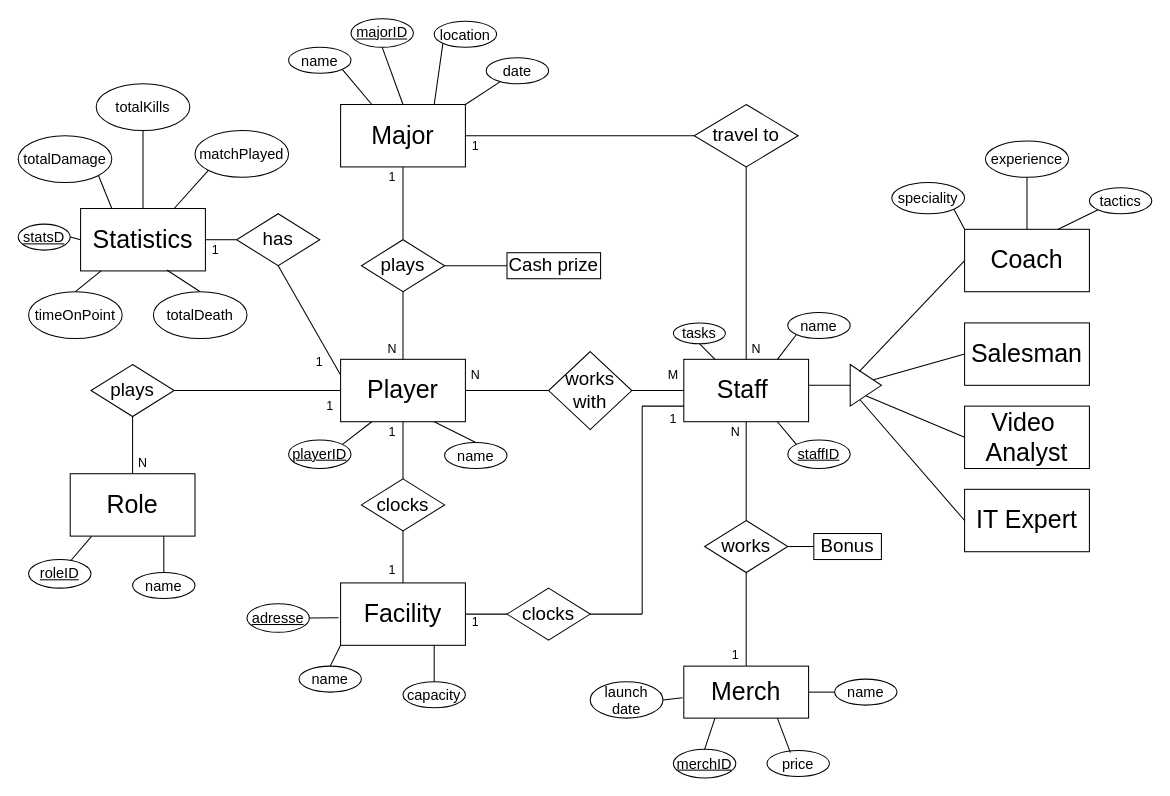
This is diagrams/ERDATLFAZE.drawio from ad-discit/Awale-v2, a draw.io file, before an edit. Source tidied: cells renumbered, new cells numbered last; positions are measured from the earlier drawing's top-left corner, leaving out a move shared by most shapes. Both pictures are drawn from the tidied source at 104%, with x=0, y=0 at pixel (18, 19).
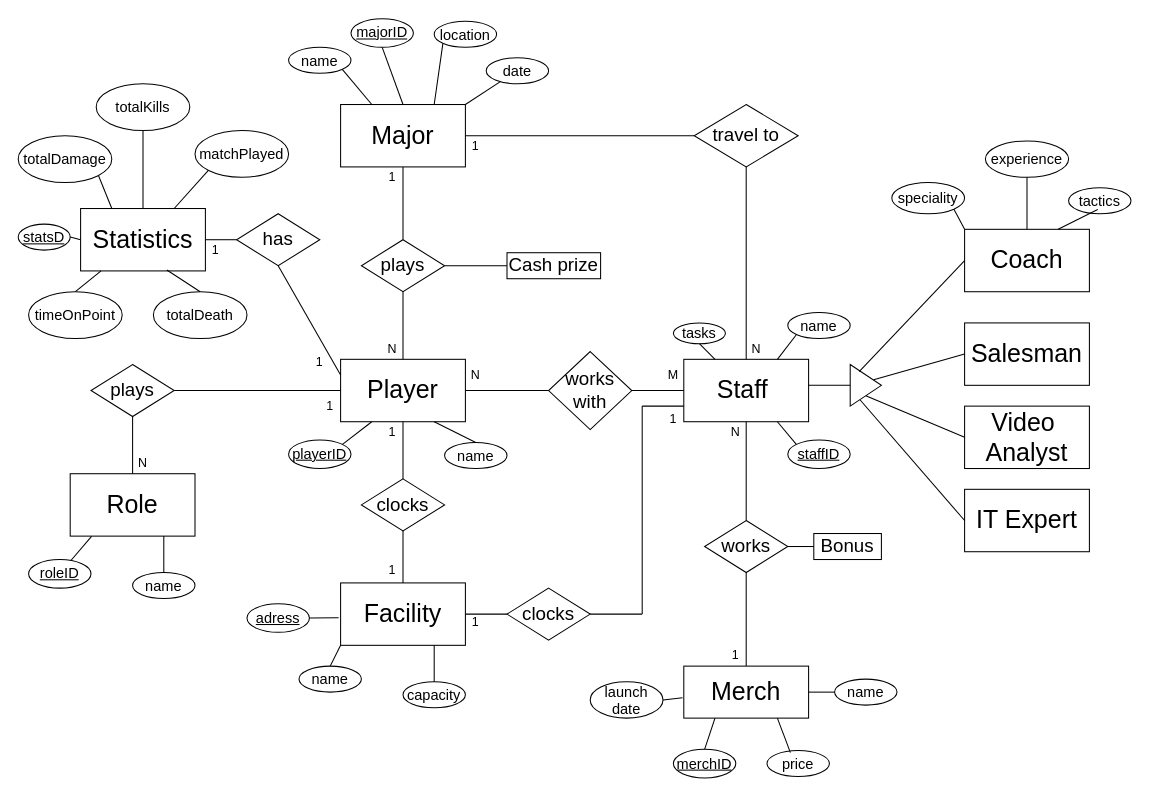
Above is the later version.

Commit message (it also covers changes not shown here):
Mettre à jour ERDATLFAZE.drawio

Unchanged cells that the change refers to:
```xml
<mxCell id="9" value="&lt;font style=&quot;font-size: 24px;&quot;&gt;Coach&lt;/font&gt;" style="rounded=0;whiteSpace=wrap;html=1;" parent="1" vertex="1">
  <mxGeometry x="910" y="202" width="120" height="60" as="geometry" />
</mxCell>
```

What changed in the source:
```diff
@@
     <mxCell id="52" value="&lt;font style=&quot;font-size: 14px;&quot;&gt;tactics&lt;/font&gt;" style="ellipse;whiteSpace=wrap;html=1;" parent="1" vertex="1">
-      <mxGeometry x="1030" y="162" width="60" height="25" as="geometry" />
+      <mxGeometry x="1010" y="162" width="60" height="25" as="geometry" />
     </mxCell>
@@
-    <mxCell id="59" value="&lt;u&gt;&lt;font style=&quot;font-size: 14px;&quot;&gt;adresse&lt;/font&gt;&lt;/u&gt;" style="ellipse;whiteSpace=wrap;html=1;" parent="1" vertex="1">
+    <mxCell id="59" value="&lt;u&gt;&lt;font style=&quot;font-size: 14px;&quot;&gt;adress&lt;/font&gt;&lt;/u&gt;" style="ellipse;whiteSpace=wrap;html=1;" parent="1" vertex="1">
       <mxGeometry x="220" y="562" width="60" height="27.5" as="geometry" />
     </mxCell>
@@
-    <mxCell id="99" style="endArrow=none;html=1;rounded=0;exitX=0;exitY=1;exitDx=0;exitDy=0;entryX=0.75;entryY=0;entryDx=0;entryDy=0;" parent="1" edge="1" source="52" target="9">
-      <mxGeometry relative="1" as="geometry" />
+    <mxCell id="99" style="endArrow=none;html=1;rounded=0;exitX=0;exitY=1;exitDx=0;exitDy=0;entryX=0.75;entryY=0;entryDx=0;entryDy=0;" parent="1" edge="1" target="9">
+      <mxGeometry relative="1" as="geometry">
+        <mxPoint x="1038" y="183" as="sourcePoint" />
+      </mxGeometry>
     </mxCell>
```
